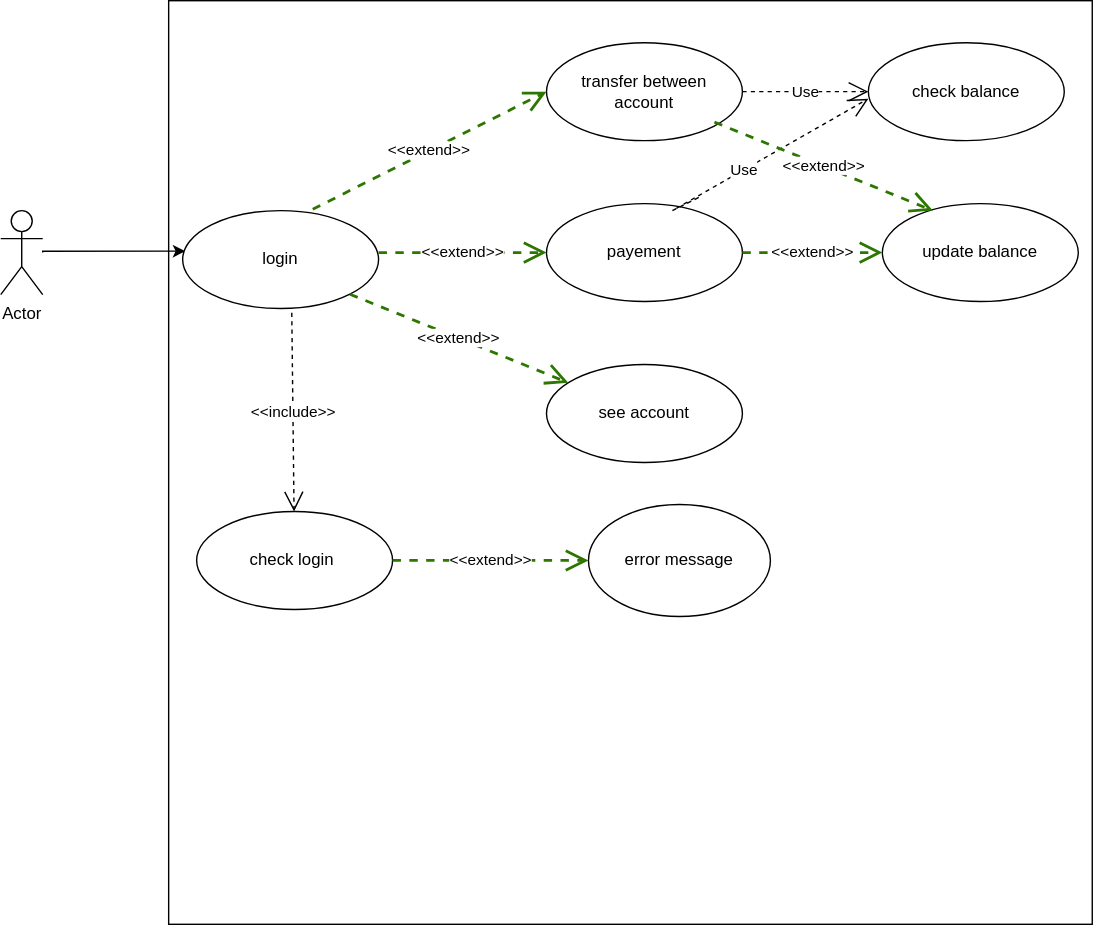
aerobi93/exoCompte keeps this draw.io diagram as usecase.drawio.svg. Above is the earlier version. Source tidied: cells renumbered, new cells last; positions are measured from the earlier drawing's top-left corner, leaving out a move shared by most shapes. Source of this version:
```xml
<mxGraphModel>
  <root>
    <mxCell id="0" />
    <mxCell id="1" parent="0" />
    <mxCell id="2" style="whiteSpace=wrap;html=1;" parent="1" vertex="1">
      <mxGeometry x="120" width="660" height="660" as="geometry" />
    </mxCell>
    <mxCell id="3" style="edgeStyle=orthogonalEdgeStyle;rounded=0;jettySize=auto;html=1;entryX=0.014;entryY=0.414;entryDx=0;entryDy=0;entryPerimeter=0;" parent="1" edge="1" target="5">
      <mxGeometry relative="1" as="geometry">
        <mxPoint x="30" y="180" as="sourcePoint" />
        <Array as="points">
          <mxPoint x="30" y="179" />
        </Array>
      </mxGeometry>
    </mxCell>
    <mxCell id="4" value="Actor" style="shape=umlActor;verticalLabelPosition=bottom;verticalAlign=top;html=1;" parent="1" vertex="1">
      <mxGeometry y="150" width="30" height="60" as="geometry" />
    </mxCell>
    <mxCell id="5" value="login" style="ellipse;whiteSpace=wrap;html=1;" parent="1" vertex="1">
      <mxGeometry x="130" y="150" width="140" height="70" as="geometry" />
    </mxCell>
    <mxCell id="6" value="transfer between&lt;br&gt;account" style="ellipse;whiteSpace=wrap;html=1;" parent="1" vertex="1">
      <mxGeometry x="390" y="30" width="140" height="70" as="geometry" />
    </mxCell>
    <mxCell id="7" value="payement" style="ellipse;whiteSpace=wrap;html=1;" parent="1" vertex="1">
      <mxGeometry x="390" y="145" width="140" height="70" as="geometry" />
    </mxCell>
    <mxCell id="8" value="see account" style="ellipse;whiteSpace=wrap;html=1;" parent="1" vertex="1">
      <mxGeometry x="390" y="260" width="140" height="70" as="geometry" />
    </mxCell>
    <mxCell id="9" value="update balance" style="ellipse;whiteSpace=wrap;html=1;" parent="1" vertex="1">
      <mxGeometry x="630" y="145" width="140" height="70" as="geometry" />
    </mxCell>
    <mxCell id="10" value="check balance" style="ellipse;whiteSpace=wrap;html=1;" parent="1" vertex="1">
      <mxGeometry x="620" y="30" width="140" height="70" as="geometry" />
    </mxCell>
    <mxCell id="11" value="check login&amp;nbsp;" style="ellipse;whiteSpace=wrap;html=1;" parent="1" vertex="1">
      <mxGeometry x="140" y="365" width="140" height="70" as="geometry" />
    </mxCell>
    <mxCell id="12" value="error message" style="ellipse;whiteSpace=wrap;html=1;" parent="1" vertex="1">
      <mxGeometry x="420" y="360" width="130" height="80" as="geometry" />
    </mxCell>
    <mxCell id="13" value="&amp;lt;&amp;lt;extend&amp;gt;&amp;gt;" style="endArrow=open;endSize=12;dashed=1;html=1;rounded=0;strokeWidth=2;fillColor=#60a917;strokeColor=#2D7600;" parent="1" edge="1" target="7">
      <mxGeometry relative="1" as="geometry">
        <mxPoint x="270" y="180" as="sourcePoint" />
      </mxGeometry>
    </mxCell>
    <mxCell id="14" value="&amp;lt;&amp;lt;extend&amp;gt;&amp;gt;" style="endArrow=open;endSize=12;dashed=1;html=1;rounded=0;exitX=1;exitY=1;exitDx=0;exitDy=0;strokeWidth=2;fillColor=#60a917;strokeColor=#2D7600;" parent="1" edge="1" source="5" target="8">
      <mxGeometry relative="1" as="geometry" />
    </mxCell>
    <mxCell id="15" value="&amp;lt;&amp;lt;extend&amp;gt;&amp;gt;" style="endArrow=open;endSize=12;dashed=1;html=1;rounded=0;exitX=0.664;exitY=-0.014;exitDx=0;exitDy=0;entryX=0;entryY=0.5;entryDx=0;entryDy=0;exitPerimeter=0;fillColor=#60a917;strokeColor=#2D7600;strokeWidth=2;" parent="1" edge="1" source="5" target="6">
      <mxGeometry relative="1" as="geometry" />
    </mxCell>
    <mxCell id="16" value="&amp;lt;&amp;lt;include&amp;gt;&amp;gt;" style="endArrow=open;endSize=12;dashed=1;html=1;rounded=0;exitX=0.557;exitY=1.043;exitDx=0;exitDy=0;exitPerimeter=0;" parent="1" edge="1" source="5" target="11">
      <mxGeometry relative="1" as="geometry" />
    </mxCell>
    <mxCell id="17" value="&amp;lt;&amp;lt;extend&amp;gt;&amp;gt;" style="endArrow=open;endSize=12;dashed=1;html=1;rounded=0;exitX=1;exitY=0.5;exitDx=0;exitDy=0;fillColor=#60a917;strokeColor=#2D7600;strokeWidth=2;" parent="1" edge="1" source="11" target="12">
      <mxGeometry relative="1" as="geometry">
        <Array as="points">
          <mxPoint x="300" y="400" />
        </Array>
      </mxGeometry>
    </mxCell>
    <mxCell id="18" value="Use" style="endArrow=open;endSize=12;dashed=1;html=1;rounded=0;entryX=0;entryY=0.5;entryDx=0;entryDy=0;exitX=1;exitY=0.5;exitDx=0;exitDy=0;" parent="1" edge="1" source="6" target="10">
      <mxGeometry relative="1" as="geometry">
        <Array as="points">
          <mxPoint x="590" y="65" />
        </Array>
      </mxGeometry>
    </mxCell>
    <mxCell id="19" value="Use" style="endArrow=open;endSize=12;dashed=1;html=1;rounded=0;" parent="1" edge="1">
      <mxGeometry relative="1" as="geometry">
        <mxPoint x="480" y="150" as="sourcePoint" />
        <mxPoint x="620" y="70" as="targetPoint" />
        <Array as="points">
          <mxPoint x="500" y="140" />
          <mxPoint x="480" y="150" />
        </Array>
      </mxGeometry>
    </mxCell>
    <mxCell id="20" value="&amp;lt;&amp;lt;extend&amp;gt;&amp;gt;" style="endArrow=open;endSize=12;dashed=1;html=1;rounded=0;exitX=1;exitY=1;exitDx=0;exitDy=0;fillColor=#60a917;strokeColor=#2D7600;strokeWidth=2;" parent="1" edge="1">
      <mxGeometry relative="1" as="geometry">
        <mxPoint x="510" y="86.8" as="sourcePoint" />
        <mxPoint x="666.1" y="150" as="targetPoint" />
      </mxGeometry>
    </mxCell>
    <mxCell id="21" value="&amp;lt;&amp;lt;extend&amp;gt;&amp;gt;" style="endArrow=open;endSize=12;dashed=1;html=1;rounded=0;exitX=1;exitY=0.5;exitDx=0;exitDy=0;fillColor=#60a917;strokeColor=#2D7600;strokeWidth=2;entryX=0;entryY=0.5;entryDx=0;entryDy=0;" parent="1" edge="1" source="7" target="9">
      <mxGeometry relative="1" as="geometry" />
    </mxCell>
  </root>
</mxGraphModel>
```
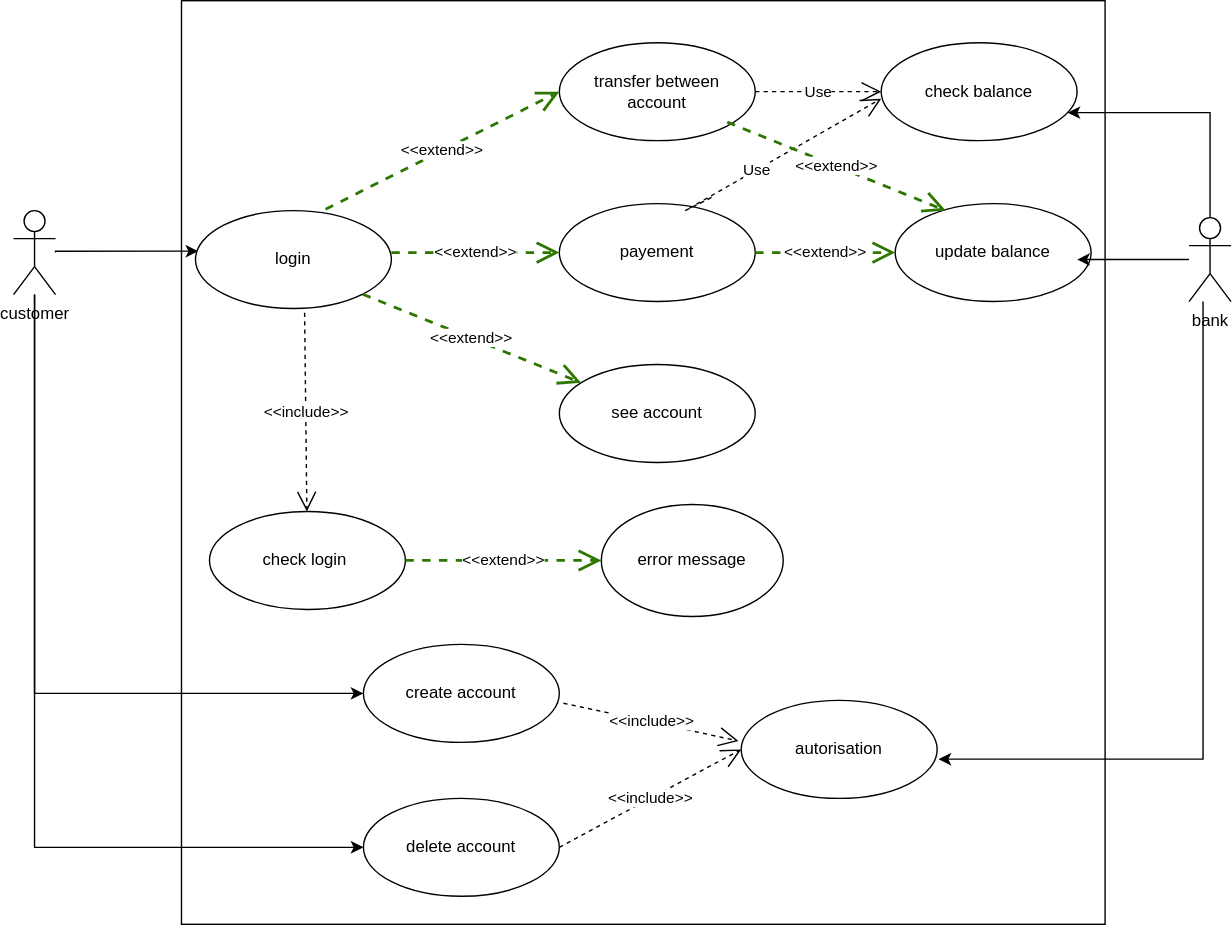
After the change.

The edit, as a diff of the source:
```diff
@@ -13,7 +13,21 @@
         </Array>
       </mxGeometry>
     </mxCell>
+    <mxCell id="22" style="edgeStyle=orthogonalEdgeStyle;rounded=0;jettySize=auto;html=1;strokeWidth=1;" parent="1" edge="1" source="4" target="28">
+      <mxGeometry relative="1" as="geometry">
+        <Array as="points">
+          <mxPoint x="15" y="495" />
+        </Array>
+      </mxGeometry>
+    </mxCell>
+    <mxCell id="23" style="edgeStyle=orthogonalEdgeStyle;rounded=0;jettySize=auto;html=1;strokeWidth=1;" parent="1" edge="1" source="4" target="29">
+      <mxGeometry relative="1" as="geometry">
+        <Array as="points">
+          <mxPoint x="15" y="605" />
+        </Array>
+      </mxGeometry>
+    </mxCell>
-    <mxCell id="4" value="Actor" style="shape=umlActor;verticalLabelPosition=bottom;verticalAlign=top;html=1;" parent="1" vertex="1">
+    <mxCell id="4" value="customer" style="shape=umlActor;verticalLabelPosition=bottom;verticalAlign=top;html=1;" parent="1" vertex="1">
       <mxGeometry y="150" width="30" height="60" as="geometry" />
     </mxCell>
     <mxCell id="5" value="login" style="ellipse;whiteSpace=wrap;html=1;" parent="1" vertex="1">
@@ -87,5 +101,40 @@
     <mxCell id="21" value="&amp;lt;&amp;lt;extend&amp;gt;&amp;gt;" style="endArrow=open;endSize=12;dashed=1;html=1;rounded=0;exitX=1;exitY=0.5;exitDx=0;exitDy=0;fillColor=#60a917;strokeColor=#2D7600;strokeWidth=2;entryX=0;entryY=0.5;entryDx=0;entryDy=0;" parent="1" edge="1" source="7" target="9">
       <mxGeometry relative="1" as="geometry" />
     </mxCell>
+    <mxCell id="24" style="edgeStyle=orthogonalEdgeStyle;rounded=0;jettySize=auto;html=1;strokeWidth=1;" parent="1" edge="1" source="27" target="10">
+      <mxGeometry relative="1" as="geometry">
+        <Array as="points">
+          <mxPoint x="855" y="80" />
+        </Array>
+      </mxGeometry>
+    </mxCell>
+    <mxCell id="25" style="edgeStyle=orthogonalEdgeStyle;rounded=0;jettySize=auto;html=1;entryX=0.929;entryY=0.571;entryDx=0;entryDy=0;entryPerimeter=0;strokeWidth=1;" parent="1" edge="1" source="27" target="9">
+      <mxGeometry relative="1" as="geometry" />
+    </mxCell>
+    <mxCell id="26" style="edgeStyle=orthogonalEdgeStyle;rounded=0;jettySize=auto;html=1;entryX=1.007;entryY=0.6;entryDx=0;entryDy=0;entryPerimeter=0;strokeWidth=1;" parent="1" edge="1" source="27" target="30">
+      <mxGeometry relative="1" as="geometry">
+        <Array as="points">
+          <mxPoint x="850" y="542" />
+        </Array>
+      </mxGeometry>
+    </mxCell>
+    <mxCell id="27" value="bank" style="shape=umlActor;verticalLabelPosition=bottom;verticalAlign=top;html=1;" parent="1" vertex="1">
+      <mxGeometry x="840" y="155" width="30" height="60" as="geometry" />
+    </mxCell>
+    <mxCell id="28" value="create account" style="ellipse;whiteSpace=wrap;html=1;" parent="1" vertex="1">
+      <mxGeometry x="250" y="460" width="140" height="70" as="geometry" />
+    </mxCell>
+    <mxCell id="29" value="delete account" style="ellipse;whiteSpace=wrap;html=1;" parent="1" vertex="1">
+      <mxGeometry x="250" y="570" width="140" height="70" as="geometry" />
+    </mxCell>
+    <mxCell id="30" value="autorisation" style="ellipse;whiteSpace=wrap;html=1;" parent="1" vertex="1">
+      <mxGeometry x="520" y="500" width="140" height="70" as="geometry" />
+    </mxCell>
+    <mxCell id="31" value="&amp;lt;&amp;lt;include&amp;gt;&amp;gt;" style="endArrow=open;endSize=12;dashed=1;html=1;rounded=0;strokeWidth=1;entryX=-0.014;entryY=0.414;entryDx=0;entryDy=0;entryPerimeter=0;exitX=1.021;exitY=0.6;exitDx=0;exitDy=0;exitPerimeter=0;" parent="1" edge="1" source="28" target="30">
+      <mxGeometry relative="1" as="geometry" />
+    </mxCell>
+    <mxCell id="32" value="&amp;lt;&amp;lt;include&amp;gt;&amp;gt;" style="endArrow=open;endSize=12;dashed=1;html=1;rounded=0;strokeWidth=1;exitX=1;exitY=0.5;exitDx=0;exitDy=0;entryX=0;entryY=0.5;entryDx=0;entryDy=0;" parent="1" edge="1" source="29" target="30">
+      <mxGeometry relative="1" as="geometry" />
+    </mxCell>
   </root>
 </mxGraphModel>
```
